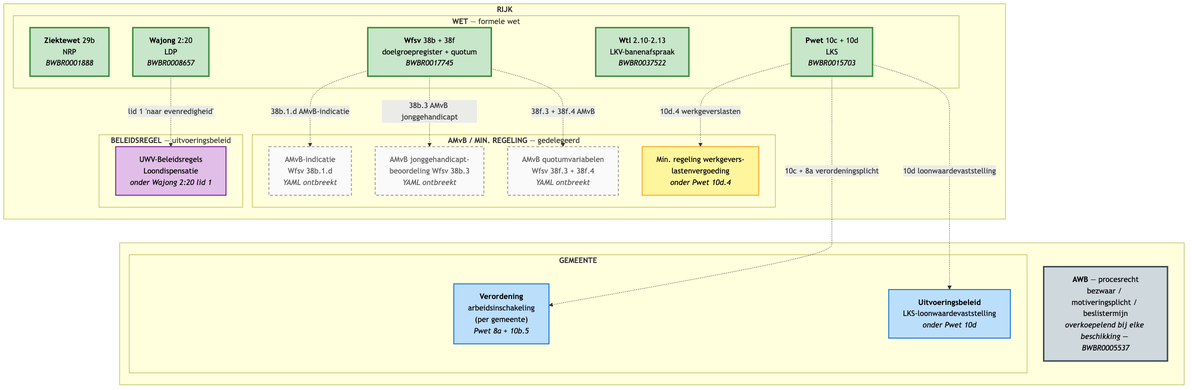
Before: docs/financieel-cv/stelsel-banenafspraak-grondslagen-iteratie1.png, a diagram exported from Mermaid (MinBZK/regelrecht). Its source is kept beside it as docs/financieel-cv/stelsel-banenafspraak-grondslagen-iteratie1.mmd.
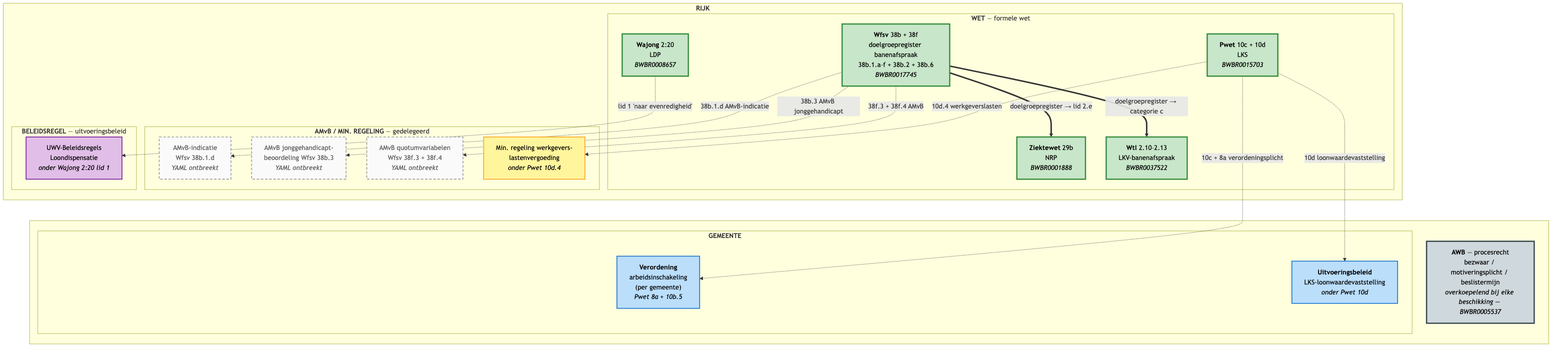
Later version of the same file.

Change to the diagram source:
```diff
@@ -16,7 +16,7 @@
       WAJ["<b>Wajong</b> 2:20<br/>LDP<br/><i>BWBR0008657</i>"]:::wet
       PWET["<b>Pwet</b> 10c + 10d<br/>LKS<br/><i>BWBR0015703</i>"]:::wet
       WTL["<b>Wtl</b> 2.10&ndash;2.13<br/>LKV-banenafspraak<br/><i>BWBR0037522</i>"]:::wet
-      WFSV["<b>Wfsv</b> 38b + 38f<br/>doelgroepregister + quotum<br/><i>BWBR0017745</i>"]:::wet
+      WFSV["<b>Wfsv</b> 38b + 38f<br/>doelgroepregister banenafspraak<br/>38b.1.a&ndash;f + 38b.2 + 38b.6<br/><i>BWBR0017745</i>"]:::wet
     end
 
     subgraph AMVB_LVL["<b>AMvB / MIN. REGELING</b> &mdash; gedelegeerd"]
@@ -52,3 +52,6 @@
   WFSV -. "38f.3 + 38f.4 AMvB" .-> AMVB_38F
   PWET -. "10c + 8a verordeningsplicht" .-> GEM_VOR
   PWET -. "10d loonwaardevaststelling" .-> GEM_BEL
+
+  WFSV == "doelgroepregister &rarr; lid 2.e" ==> ZW
+  WFSV == "doelgroepregister &rarr; categorie c" ==> WTL
```
